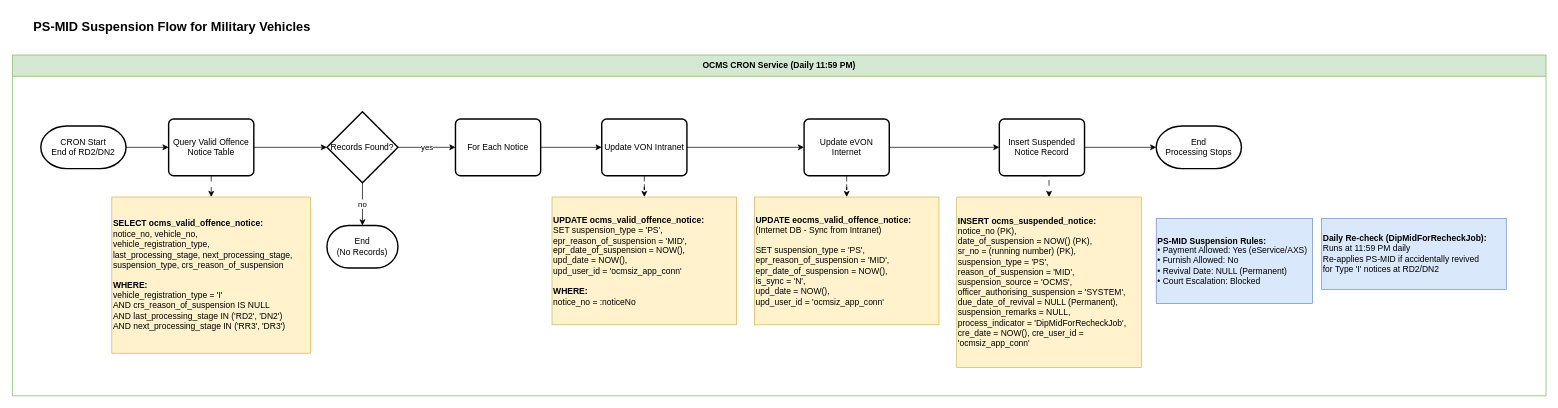
This is page "4.6 PS-MID Suspension" (5 of 5) of OCMS 14/Section 4/OCMS14-Technical_Flowchart_Section_4.drawio from rafifmgg/techdoc, a draw.io file, before an edit. Source tidied: cells renumbered, new cells numbered last; positions are measured from the earlier drawing's top-left corner, leaving out a move shared by most shapes. Both pictures are drawn from the tidied source at 71%, with x=0, y=0 at pixel (12, 12).
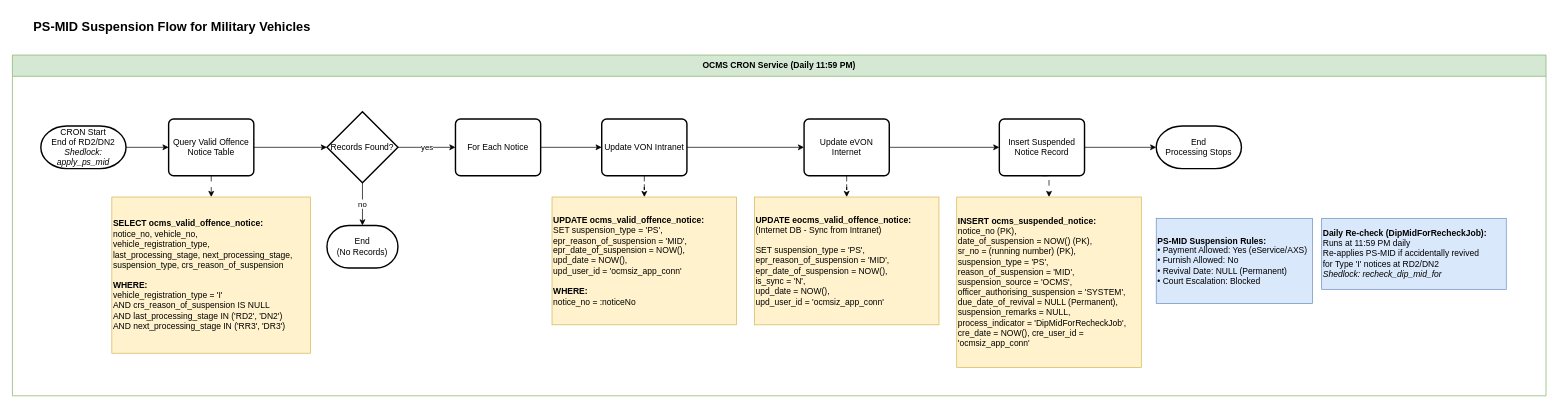
Above is the later version.

Unchanged cells that the change refers to:
```xml
<mxCell id="3" value="OCMS CRON Service (Daily 11:59 PM)" style="swimlane;whiteSpace=wrap;html=1;fillColor=#d5e8d4;strokeColor=#82b366;startSize=30;" parent="1" vertex="1">
  <mxGeometry y="60" width="2160" height="480" as="geometry" />
</mxCell>
```

Diff of the diagram source:
```diff
@@
-    <mxCell id="4" value="CRON Start&lt;br&gt;End of RD2/DN2" style="strokeWidth=2;html=1;shape=mxgraph.flowchart.terminator;whiteSpace=wrap;" parent="3" vertex="1">
+    <mxCell id="4" value="CRON Start&lt;br&gt;End of RD2/DN2&lt;br&gt;&lt;i&gt;Shedlock: apply_ps_mid&lt;/i&gt;" style="strokeWidth=2;html=1;shape=mxgraph.flowchart.terminator;whiteSpace=wrap;" parent="3" vertex="1">
       <mxGeometry x="40" y="100" width="120" height="60" as="geometry" />
     </mxCell>
@@
-    <mxCell id="30" value="&lt;b&gt;Daily Re-check (DipMidForRecheckJob):&lt;/b&gt;&lt;br&gt;Runs at 11:59 PM daily&lt;br&gt;Re-applies PS-MID if accidentally revived&lt;br&gt;for Type 'I' notices at RD2/DN2" style="text;html=1;whiteSpace=wrap;strokeColor=#6c8ebf;fillColor=#dae8fc;align=left;verticalAlign=middle;rounded=0;" parent="3" vertex="1">
+    <mxCell id="30" value="&lt;b&gt;Daily Re-check (DipMidForRecheckJob):&lt;/b&gt;&lt;br&gt;Runs at 11:59 PM daily&lt;br&gt;Re-applies PS-MID if accidentally revived&lt;br&gt;for Type 'I' notices at RD2/DN2&lt;br&gt;&lt;i&gt;Shedlock: recheck_dip_mid_for&lt;/i&gt;" style="text;html=1;whiteSpace=wrap;strokeColor=#6c8ebf;fillColor=#dae8fc;align=left;verticalAlign=middle;rounded=0;" parent="3" vertex="1">
       <mxGeometry x="1844" y="230" width="260" height="100" as="geometry" />
     </mxCell>
```
